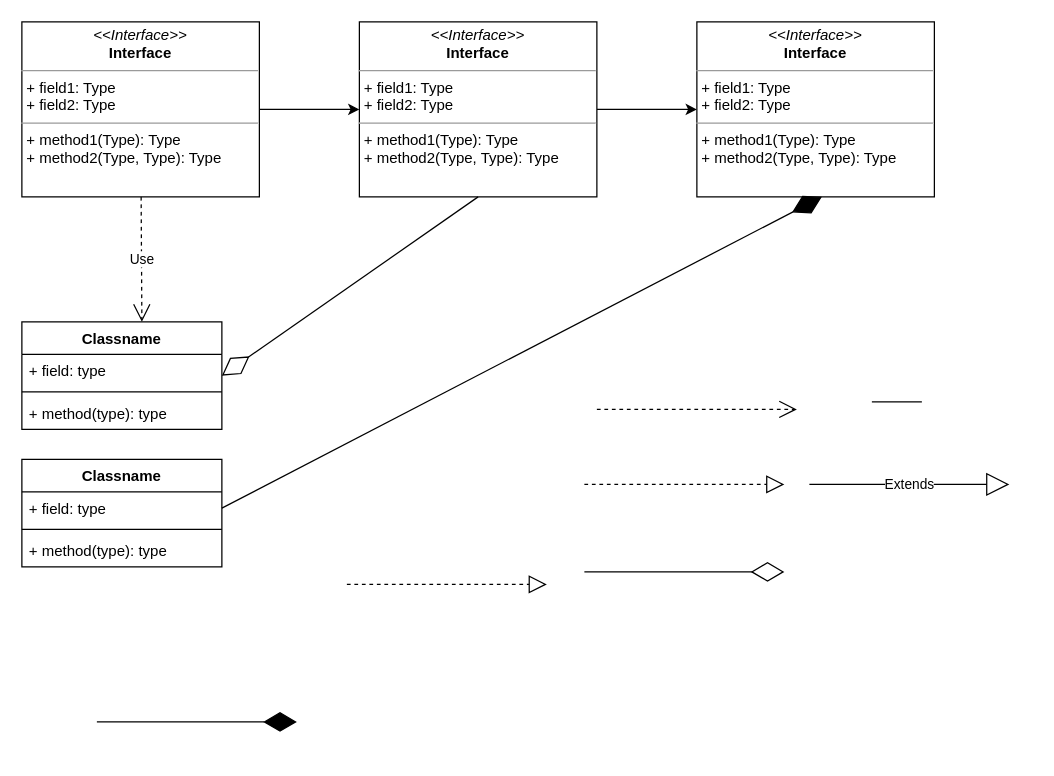
Earlier version of the draw.io diagram Hello Diagram.drawio (xujiuhua/draw). Source tidied: cells renumbered, new cells numbered last; positions are measured from the earlier drawing's top-left corner, leaving out a move shared by most shapes. Both pictures are drawn from the tidied source at 125%, with x=0, y=0 at pixel (21, 21).
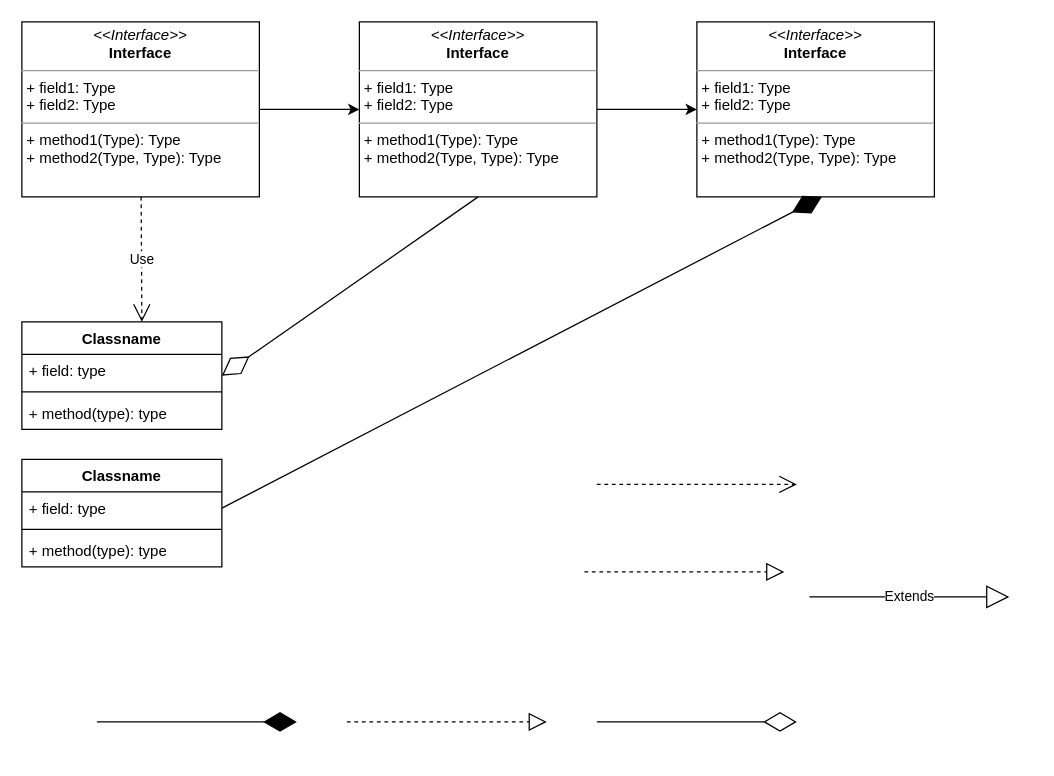
After the change.

The edit, as a diff of the source:
```diff
@@
     <mxCell id="18" style="endArrow=diamondThin;endFill=0;endSize=24;html=1;" parent="1" edge="1">
       <mxGeometry relative="1" as="geometry">
-        <mxPoint x="450" y="440" as="sourcePoint" />
-        <mxPoint x="610" y="440" as="targetPoint" />
+        <mxPoint x="460" y="560" as="sourcePoint" />
+        <mxPoint x="620" y="560" as="targetPoint" />
       </mxGeometry>
     </mxCell>
@@
     <mxCell id="20" style="endArrow=block;dashed=1;endFill=0;endSize=12;html=1;" parent="1" edge="1">
       <mxGeometry relative="1" as="geometry">
-        <mxPoint x="260" y="450" as="sourcePoint" />
-        <mxPoint x="420" y="450" as="targetPoint" />
+        <mxPoint x="260" y="560" as="sourcePoint" />
+        <mxPoint x="420" y="560" as="targetPoint" />
       </mxGeometry>
     </mxCell>
     <mxCell id="21" value="Extends" style="endArrow=block;endSize=16;endFill=0;html=1;" parent="1" edge="1">
       <mxGeometry relative="1" as="geometry">
-        <mxPoint x="630" y="370" as="sourcePoint" />
-        <mxPoint x="790" y="370" as="targetPoint" />
+        <mxPoint x="630" y="460" as="sourcePoint" />
+        <mxPoint x="790" y="460" as="targetPoint" />
       </mxGeometry>
     </mxCell>
     <mxCell id="22" style="endArrow=block;dashed=1;endFill=0;endSize=12;html=1;" parent="1" edge="1">
       <mxGeometry relative="1" as="geometry">
-        <mxPoint x="450" y="370" as="sourcePoint" />
-        <mxPoint x="610" y="370" as="targetPoint" />
+        <mxPoint x="450" y="440" as="sourcePoint" />
+        <mxPoint x="610" y="440" as="targetPoint" />
       </mxGeometry>
     </mxCell>
     <mxCell id="23" style="endArrow=open;endSize=12;dashed=1;html=1;" parent="1" edge="1">
       <mxGeometry relative="1" as="geometry">
-        <mxPoint x="460" y="310" as="sourcePoint" />
-        <mxPoint x="620" y="310" as="targetPoint" />
+        <mxPoint x="460" y="370" as="sourcePoint" />
+        <mxPoint x="620" y="370" as="targetPoint" />
       </mxGeometry>
     </mxCell>
-    <mxCell id="24" style="line;strokeWidth=1;fillColor=none;align=left;verticalAlign=middle;spacingTop=-1;spacingLeft=3;spacingRight=3;labelPosition=right;" parent="1" vertex="1">
-      <mxGeometry x="680" y="300" width="40" height="8" as="geometry" />
-    </mxCell>
```
